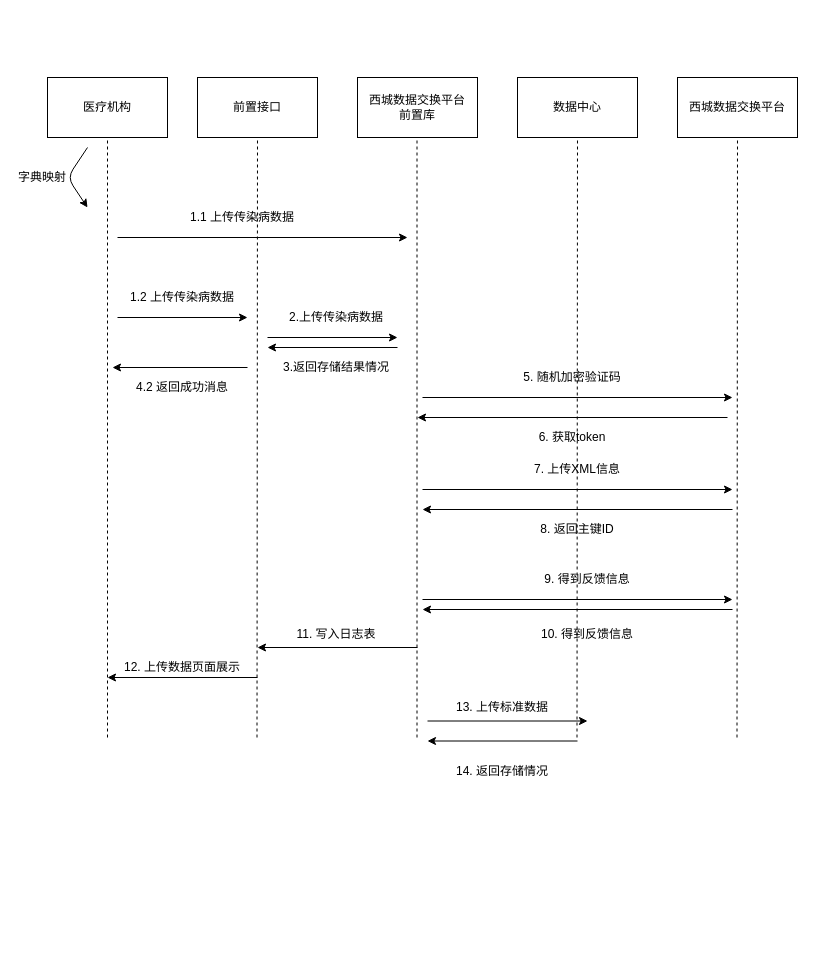
Earlier version of the draw.io diagram page "功能开发流程导图" (3 of 3) of source/传染病监测流程.drawio (SmileCJX/processon). Source tidied: cells renumbered, new cells numbered last; positions are measured from the earlier drawing's top-left corner, leaving out a move shared by most shapes. Both pictures are drawn from the tidied source at 100%, with x=0, y=0 at pixel (17, 77).
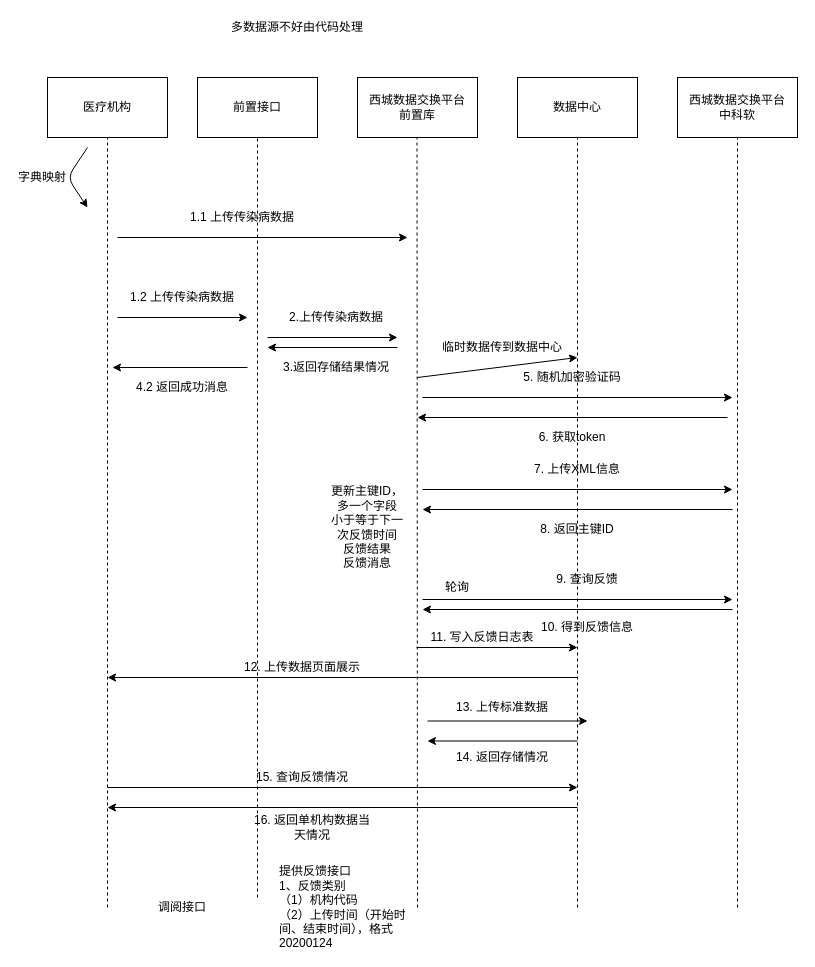
Above is the later version.

Commit message:
更新传染病监测流程.drawio

Unchanged cells that the change refers to:
```xml
<mxCell id="2" value="医疗机构" style="rounded=0;whiteSpace=wrap;html=1;" parent="1" vertex="1">
  <mxGeometry x="30" width="120" height="60" as="geometry" />
</mxCell>
<mxCell id="4" value="前置接口" style="rounded=0;whiteSpace=wrap;html=1;" parent="1" vertex="1">
  <mxGeometry x="180" width="120" height="60" as="geometry" />
</mxCell>
<mxCell id="5" value="数据中心" style="rounded=0;whiteSpace=wrap;html=1;" parent="1" vertex="1">
  <mxGeometry x="500" width="120" height="60" as="geometry" />
</mxCell>
```

What changed in the source:
```diff
@@
-    <mxCell id="6" value="西城数据交换平台" style="rounded=0;whiteSpace=wrap;html=1;" parent="1" vertex="1">
+    <mxCell id="6" value="西城数据交换平台&lt;br&gt;中科软" style="rounded=0;whiteSpace=wrap;html=1;" parent="1" vertex="1">
       <mxGeometry x="660" width="120" height="60" as="geometry" />
     </mxCell>
     <mxCell id="7" style="endArrow=none;dashed=1;html=1;entryX=0.5;entryY=1;entryDx=0;entryDy=0;" parent="1" edge="1" target="2">
       <mxGeometry relative="1" as="geometry">
-        <mxPoint x="90" y="660" as="sourcePoint" />
+        <mxPoint x="90" y="830" as="sourcePoint" />
       </mxGeometry>
     </mxCell>
     <mxCell id="8" style="endArrow=none;dashed=1;html=1;entryX=0.5;entryY=1;entryDx=0;entryDy=0;" parent="1" edge="1">
       <mxGeometry relative="1" as="geometry">
-        <mxPoint x="399.5" y="660" as="sourcePoint" />
+        <mxPoint x="400" y="830" as="sourcePoint" />
         <mxPoint x="399.5" y="60" as="targetPoint" />
       </mxGeometry>
     </mxCell>
     <mxCell id="9" style="endArrow=none;dashed=1;html=1;entryX=0.5;entryY=1;entryDx=0;entryDy=0;" parent="1" edge="1" target="5">
       <mxGeometry relative="1" as="geometry">
-        <mxPoint x="559.5" y="660" as="sourcePoint" />
+        <mxPoint x="560" y="830" as="sourcePoint" />
       </mxGeometry>
     </mxCell>
     <mxCell id="10" style="endArrow=none;dashed=1;html=1;entryX=0.5;entryY=1;entryDx=0;entryDy=0;" parent="1" edge="1" target="6">
       <mxGeometry relative="1" as="geometry">
-        <mxPoint x="719.5" y="660" as="sourcePoint" />
+        <mxPoint x="720" y="830" as="sourcePoint" />
       </mxGeometry>
     </mxCell>
@@
     <mxCell id="18" style="endArrow=none;dashed=1;html=1;entryX=0.5;entryY=1;entryDx=0;entryDy=0;" parent="1" edge="1" target="4">
       <mxGeometry relative="1" as="geometry">
-        <mxPoint x="239.5" y="660" as="sourcePoint" />
+        <mxPoint x="240" y="820" as="sourcePoint" />
       </mxGeometry>
     </mxCell>
@@
-    <mxCell id="28" value="9. 得到反馈信息" style="text;html=1;strokeColor=none;fillColor=none;align=center;verticalAlign=middle;whiteSpace=wrap;rounded=0;" parent="1" vertex="1">
+    <mxCell id="28" value="9. 查询反馈" style="text;html=1;strokeColor=none;fillColor=none;align=center;verticalAlign=middle;whiteSpace=wrap;rounded=0;" parent="1" vertex="1">
       <mxGeometry x="505" y="492" width="130" height="20" as="geometry" />
     </mxCell>
@@
     <mxCell id="32" value="10. 得到反馈信息" style="text;html=1;strokeColor=none;fillColor=none;align=center;verticalAlign=middle;whiteSpace=wrap;rounded=0;" parent="1" vertex="1">
-      <mxGeometry x="505" y="546.5" width="130" height="20" as="geometry" />
+      <mxGeometry x="505" y="540" width="130" height="20" as="geometry" />
     </mxCell>
@@
     <mxCell id="40" value="14. 返回存储情况" style="text;html=1;strokeColor=none;fillColor=none;align=center;verticalAlign=middle;whiteSpace=wrap;rounded=0;" parent="1" vertex="1">
-      <mxGeometry x="420" y="683.5" width="130" height="20" as="geometry" />
+      <mxGeometry x="420" y="670" width="130" height="20" as="geometry" />
     </mxCell>
     <mxCell id="41" style="endArrow=classic;html=1;" parent="1" edge="1">
       <mxGeometry relative="1" as="geometry">
-        <mxPoint x="400" y="570" as="sourcePoint" />
-        <mxPoint x="240" y="570" as="targetPoint" />
+        <mxPoint x="399" y="570" as="sourcePoint" />
+        <mxPoint x="560" y="570" as="targetPoint" />
       </mxGeometry>
     </mxCell>
-    <mxCell id="42" value="11. 写入日志表" style="text;html=1;strokeColor=none;fillColor=none;align=center;verticalAlign=middle;whiteSpace=wrap;rounded=0;" parent="1" vertex="1">
-      <mxGeometry x="254" y="546.5" width="130" height="20" as="geometry" />
+    <mxCell id="42" value="11. 写入反馈日志表" style="text;html=1;strokeColor=none;fillColor=none;align=center;verticalAlign=middle;whiteSpace=wrap;rounded=0;" parent="1" vertex="1">
+      <mxGeometry x="400" y="550" width="130" height="20" as="geometry" />
     </mxCell>
     <mxCell id="43" style="endArrow=classic;html=1;" parent="1" edge="1">
       <mxGeometry relative="1" as="geometry">
-        <mxPoint x="240" y="600" as="sourcePoint" />
+        <mxPoint x="560" y="600" as="sourcePoint" />
         <mxPoint x="90" y="600" as="targetPoint" />
       </mxGeometry>
     </mxCell>
     <mxCell id="44" value="12. 上传数据页面展示" style="text;html=1;strokeColor=none;fillColor=none;align=center;verticalAlign=middle;whiteSpace=wrap;rounded=0;" parent="1" vertex="1">
-      <mxGeometry x="100" y="580" width="130" height="20" as="geometry" />
+      <mxGeometry x="220" y="580" width="130" height="20" as="geometry" />
     </mxCell>
+    <mxCell id="45" value="提供反馈接口&lt;br&gt;1、反馈类别&lt;br&gt;（1）机构代码&lt;br&gt;（2）上传时间（开始时间、结束时间），格式20200124" style="text;html=1;strokeColor=none;fillColor=none;align=left;verticalAlign=middle;whiteSpace=wrap;rounded=0;" parent="1" vertex="1">
+      <mxGeometry x="260" y="820" width="130" height="20" as="geometry" />
+    </mxCell>
+    <mxCell id="46" value="调阅接口" style="text;html=1;strokeColor=none;fillColor=none;align=center;verticalAlign=middle;whiteSpace=wrap;rounded=0;" parent="1" vertex="1">
+      <mxGeometry x="100" y="820" width="130" height="20" as="geometry" />
+    </mxCell>
+    <mxCell id="47" value="轮询" style="text;html=1;strokeColor=none;fillColor=none;align=center;verticalAlign=middle;whiteSpace=wrap;rounded=0;" parent="1" vertex="1">
+      <mxGeometry x="420" y="500" width="40" height="20" as="geometry" />
+    </mxCell>
+    <mxCell id="48" value="更新主键ID，多一个字段&lt;br&gt;小于等于下一次反馈时间&lt;br&gt;反馈结果&lt;br&gt;反馈消息" style="text;html=1;strokeColor=none;fillColor=none;align=center;verticalAlign=middle;whiteSpace=wrap;rounded=0;" parent="1" vertex="1">
+      <mxGeometry x="310" y="440" width="80" height="20" as="geometry" />
+    </mxCell>
+    <mxCell id="49" style="endArrow=classic;html=1;" parent="1" edge="1">
+      <mxGeometry relative="1" as="geometry">
+        <mxPoint x="90" y="710" as="sourcePoint" />
+        <mxPoint x="560" y="710" as="targetPoint" />
+      </mxGeometry>
+    </mxCell>
+    <mxCell id="50" value="15. 查询反馈情况" style="text;html=1;strokeColor=none;fillColor=none;align=center;verticalAlign=middle;whiteSpace=wrap;rounded=0;" parent="1" vertex="1">
+      <mxGeometry x="220" y="690" width="130" height="20" as="geometry" />
+    </mxCell>
+    <mxCell id="51" style="endArrow=classic;html=1;" parent="1" edge="1">
+      <mxGeometry relative="1" as="geometry">
+        <mxPoint x="560" y="730" as="sourcePoint" />
+        <mxPoint x="90" y="730" as="targetPoint" />
+      </mxGeometry>
+    </mxCell>
+    <mxCell id="52" value="16. 返回单机构数据当天情况" style="text;html=1;strokeColor=none;fillColor=none;align=center;verticalAlign=middle;whiteSpace=wrap;rounded=0;" parent="1" vertex="1">
+      <mxGeometry x="230" y="740" width="130" height="20" as="geometry" />
+    </mxCell>
+    <mxCell id="53" value="多数据源不好由代码处理" style="text;html=1;strokeColor=none;fillColor=none;align=center;verticalAlign=middle;whiteSpace=wrap;rounded=0;" parent="1" vertex="1">
+      <mxGeometry x="200" y="-60" width="160" height="20" as="geometry" />
+    </mxCell>
+    <mxCell id="54" style="endArrow=classic;html=1;" parent="1" edge="1">
+      <mxGeometry relative="1" as="geometry">
+        <mxPoint x="400" y="300" as="sourcePoint" />
+        <mxPoint x="560" y="280" as="targetPoint" />
+      </mxGeometry>
+    </mxCell>
+    <mxCell id="55" value="临时数据传到数据中心" style="text;html=1;strokeColor=none;fillColor=none;align=center;verticalAlign=middle;whiteSpace=wrap;rounded=0;" parent="1" vertex="1">
+      <mxGeometry x="420" y="260" width="130" height="20" as="geometry" />
+    </mxCell>
```
